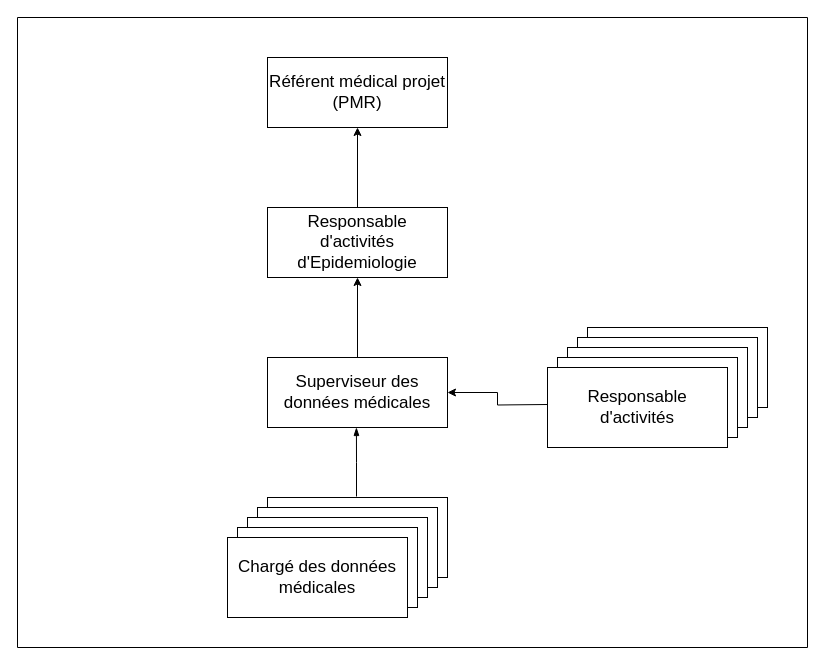
Above: Untitled Diagram.drawio in degninou/workflow (draw.io), before the change. Source tidied: cells renumbered, new cells numbered last; positions are measured from the earlier drawing's top-left corner, leaving out a move shared by most shapes. Both pictures are drawn from the tidied source at 100%, with x=0, y=0 at pixel (17, 17).
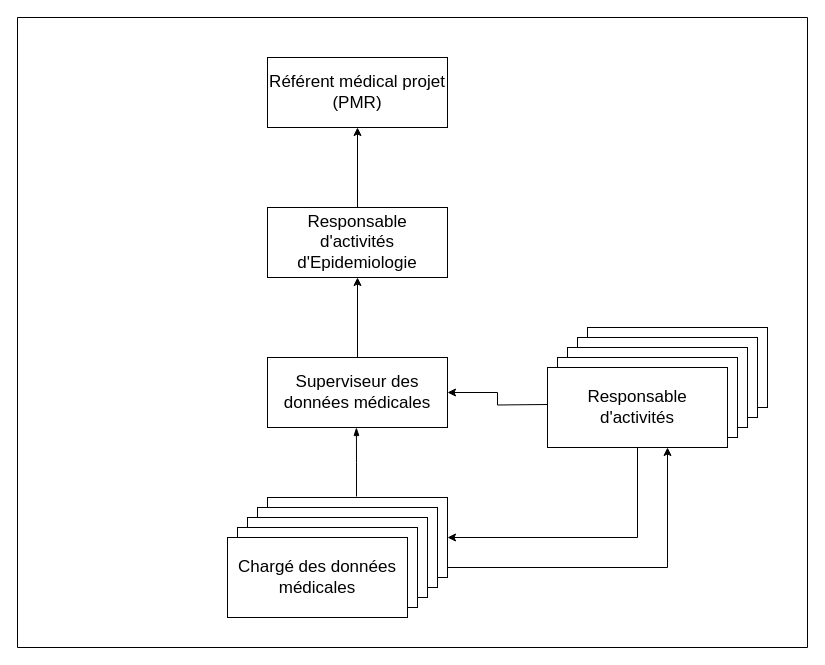
Above is the later version.

The change refers to these unchanged cells:
```xml
<mxCell id="2" style="swimlane;html=1;startSize=0;horizontal=1;containerType=tree;glass=0;swimlaneFillColor=none;" parent="1" vertex="1">
  <mxGeometry width="790" height="630" as="geometry" />
</mxCell>
<mxCell id="5" parent="2" vertex="1">
  <mxGeometry x="250" y="480" width="180" height="80" as="geometry" />
</mxCell>
<mxCell id="17" value="Responsable d'activités" style="fontSize=17;whiteSpace=wrap;" parent="2" vertex="1">
  <mxGeometry x="530" y="350" width="180" height="80" as="geometry" />
</mxCell>
```

The edit, as a diff of the source:
```diff
@@
+    <mxCell id="20" style="endArrow=classic;html=1;rounded=0;edgeStyle=orthogonalEdgeStyle;entryX=1;entryY=0.5;entryDx=0;entryDy=0;exitX=0.5;exitY=1;exitDx=0;exitDy=0;" parent="2" edge="1" source="17" target="5">
+      <mxGeometry relative="1" as="geometry">
+        <Array as="points">
+          <mxPoint x="620" y="520" />
+        </Array>
+      </mxGeometry>
+    </mxCell>
+    <mxCell id="21" style="endArrow=classic;html=1;rounded=0;edgeStyle=orthogonalEdgeStyle;exitX=1;exitY=1;exitDx=0;exitDy=0;" parent="2" edge="1" source="5">
+      <mxGeometry relative="1" as="geometry">
+        <mxPoint x="650" y="430" as="targetPoint" />
+        <Array as="points">
+          <mxPoint x="430" y="550" />
+          <mxPoint x="650" y="550" />
+        </Array>
+      </mxGeometry>
+    </mxCell>
```
